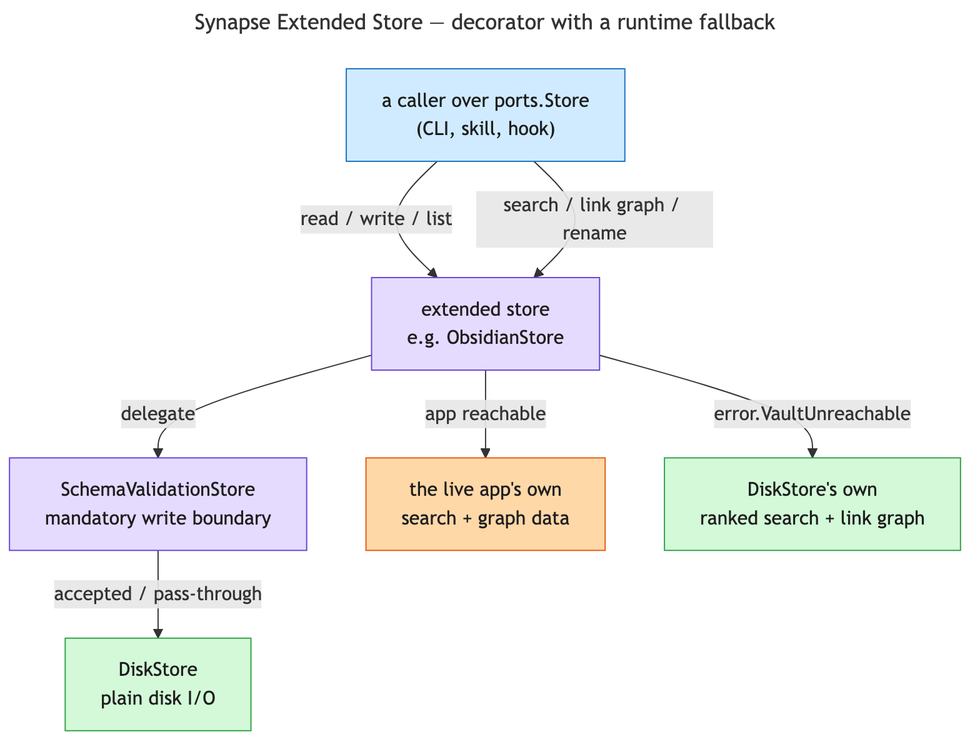
Above: docs/synapse/diagrams/synapse-extended-store.png in imunitic/synapse (Mermaid), before the change. Its source is kept beside it as docs/synapse/diagrams/synapse-extended-store.mmd.
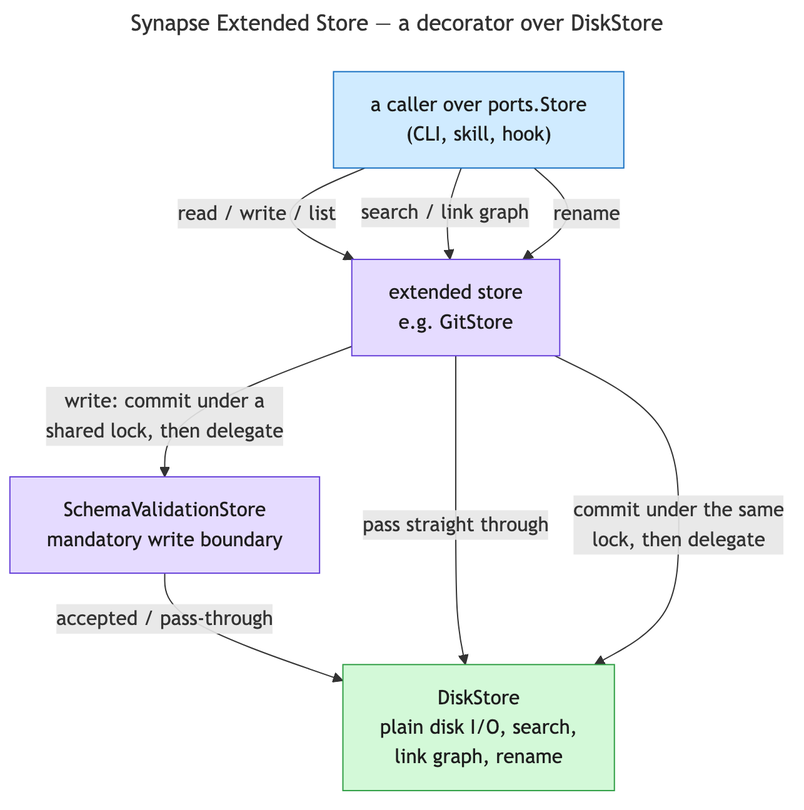
After the change.

The edit, as a diff of the source:
```diff
@@ -1,25 +1,24 @@
 ---
-title: Synapse Extended Store — decorator with a runtime fallback
+title: Synapse Extended Store — a decorator over DiskStore
 ---
 flowchart TB
     classDef caller fill:#d0ebff,stroke:#1971c2,color:#1e1e1e
     classDef decorator fill:#e5dbff,stroke:#6741d9,color:#1e1e1e
-    classDef live fill:#ffd8a8,stroke:#e8590c,color:#1e1e1e
     classDef disk fill:#d3f9d8,stroke:#2f9e44,color:#1e1e1e
 
     CALLER["a caller over ports.Store<br/>(CLI, skill, hook)"]
-    EXT["extended store<br/>e.g. ObsidianStore"]
+    EXT["extended store<br/>e.g. GitStore"]
     VALIDATE["SchemaValidationStore<br/>mandatory write boundary"]
+    DISK["DiskStore<br/>plain disk I/O, search,<br/>link graph, rename"]
 
     CALLER -->|"read / write / list"| EXT
-    EXT -->|"delegate"| VALIDATE
-    VALIDATE -->|"accepted / pass-through"| DISK1["DiskStore<br/>plain disk I/O"]
-    CALLER -->|"search / link graph / rename"| EXT
-
-    EXT -->|"app reachable"| LIVE["the live app's own<br/>search + graph data"]
-    EXT -->|"error.VaultUnreachable"| DISK2["DiskStore's own<br/>ranked search + link graph"]
+    EXT -->|"write: commit under a<br/>shared lock, then delegate"| VALIDATE
+    VALIDATE -->|"accepted / pass-through"| DISK
+    CALLER -->|"search / link graph"| EXT
+    EXT -->|"pass straight through"| DISK
+    CALLER -->|"rename"| EXT
+    EXT -->|"commit under the same<br/>lock, then delegate"| DISK
 
     class CALLER caller
     class EXT,VALIDATE decorator
-    class LIVE live
-    class DISK1,DISK2 disk
+    class DISK disk
```
